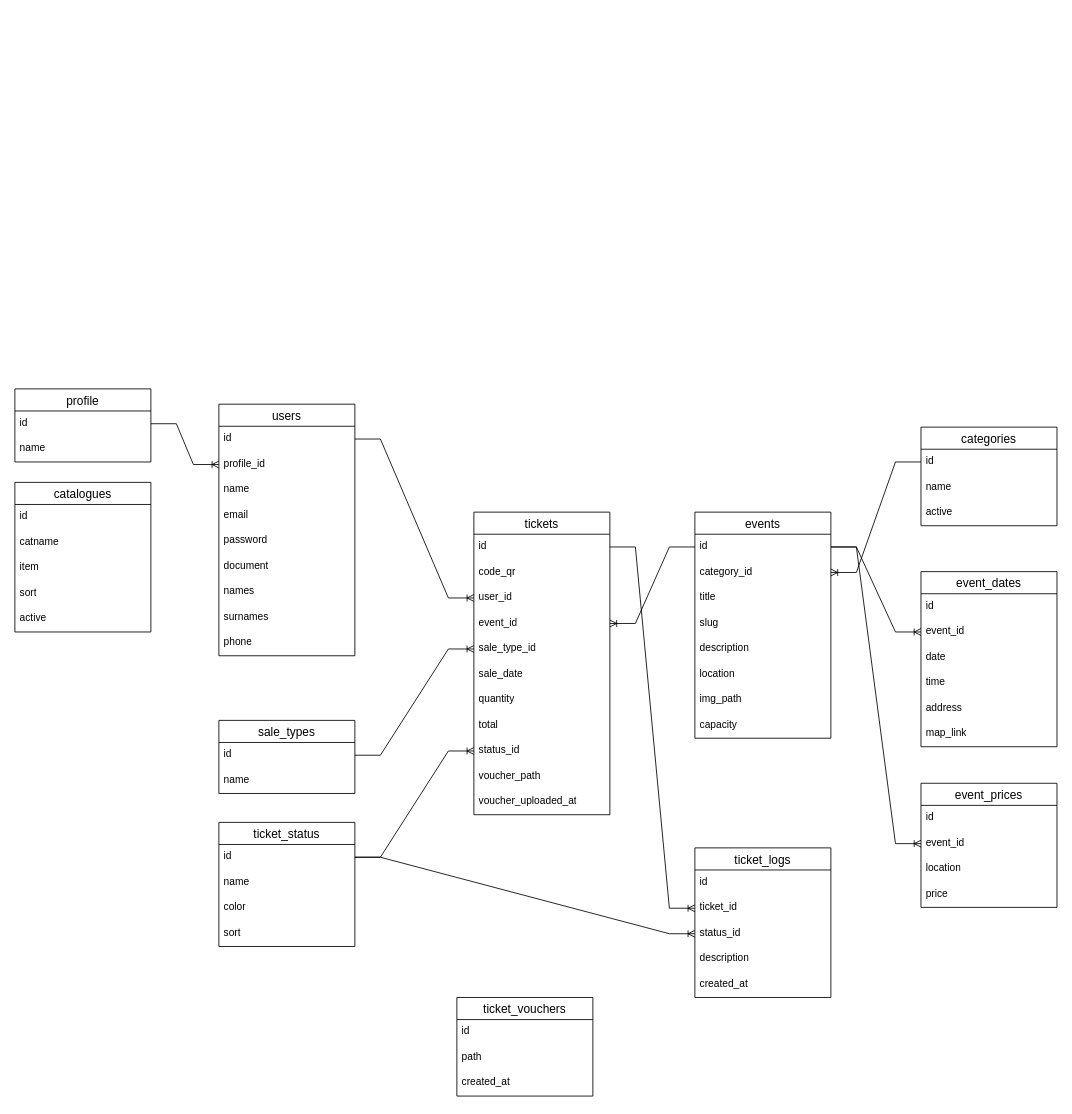
Earlier version of the draw.io diagram tickets.drawio (programwoft/test-repo). Source tidied: cells renumbered, new cells numbered last; positions are measured from the earlier drawing's top-left corner, leaving out a move shared by most shapes. Both pictures are drawn from the tidied source at 85%, with x=0, y=0 at pixel (14, 388).
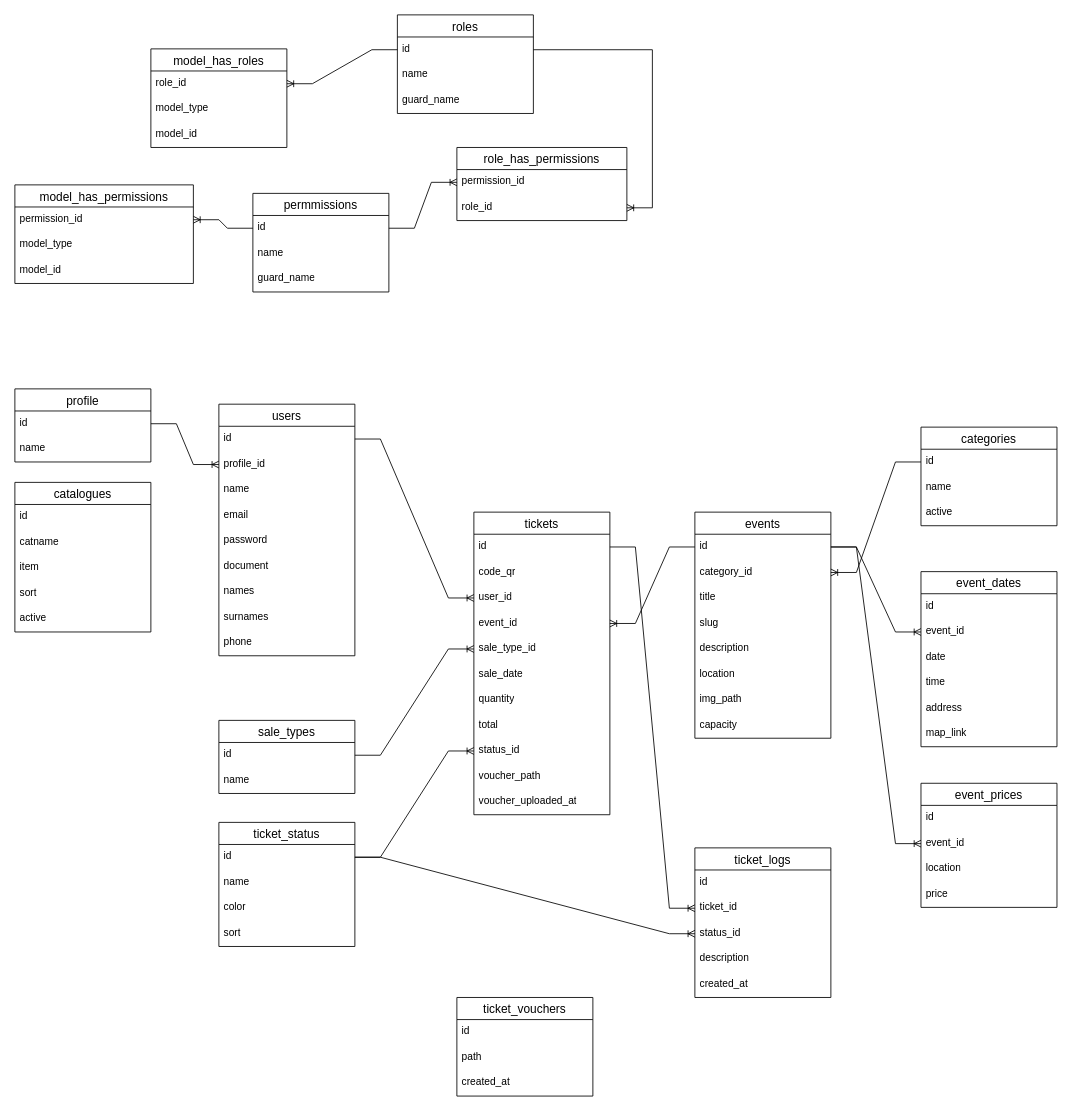
The same page after the edit.

Commit message:
agregado roles y permisos

The edit, as a diff of the source:
```diff
@@
+    <mxCell id="86" value="roles" style="swimlane;fontStyle=0;horizontal=1;startSize=26;align=center;fontSize=14;" parent="1" vertex="1">
+      <mxGeometry x="450" y="-440" width="160" height="116" as="geometry" />
+    </mxCell>
+    <mxCell id="87" value="id" style="text;strokeColor=none;fillColor=none;spacingLeft=4;spacingRight=4;overflow=hidden;points=[[0,0.5],[1,0.5]];portConstraint=eastwest;fontSize=12;whiteSpace=wrap;html=1;" parent="86" vertex="1">
+      <mxGeometry y="26" width="160" height="30" as="geometry" />
+    </mxCell>
+    <mxCell id="88" value="name" style="text;strokeColor=none;fillColor=none;spacingLeft=4;spacingRight=4;overflow=hidden;fontSize=12;whiteSpace=wrap;html=1;" parent="86" vertex="1">
+      <mxGeometry y="56" width="160" height="30" as="geometry" />
+    </mxCell>
+    <mxCell id="89" value="guard_name" style="text;strokeColor=none;fillColor=none;spacingLeft=4;spacingRight=4;overflow=hidden;fontSize=12;whiteSpace=wrap;html=1;" parent="86" vertex="1">
+      <mxGeometry y="86" width="160" height="30" as="geometry" />
+    </mxCell>
+    <mxCell id="90" value="role_has_permissions" style="swimlane;fontStyle=0;horizontal=1;startSize=26;align=center;fontSize=14;" parent="1" vertex="1">
+      <mxGeometry x="520" y="-284" width="200" height="86" as="geometry" />
+    </mxCell>
+    <mxCell id="91" value="permission_id" style="text;strokeColor=none;fillColor=none;spacingLeft=4;spacingRight=4;overflow=hidden;points=[[0,0.5],[1,0.5]];portConstraint=eastwest;fontSize=12;whiteSpace=wrap;html=1;" parent="90" vertex="1">
+      <mxGeometry y="26" width="200" height="30" as="geometry" />
+    </mxCell>
+    <mxCell id="92" value="role_id" style="text;strokeColor=none;fillColor=none;spacingLeft=4;spacingRight=4;overflow=hidden;points=[[0,0.5],[1,0.5]];portConstraint=eastwest;fontSize=12;whiteSpace=wrap;html=1;" parent="90" vertex="1">
+      <mxGeometry y="56" width="200" height="30" as="geometry" />
+    </mxCell>
+    <mxCell id="93" value="model_has_roles" style="swimlane;fontStyle=0;horizontal=1;startSize=26;align=center;fontSize=14;" parent="1" vertex="1">
+      <mxGeometry x="160" y="-400" width="160" height="116" as="geometry" />
+    </mxCell>
+    <mxCell id="94" value="role_id" style="text;strokeColor=none;fillColor=none;spacingLeft=4;spacingRight=4;overflow=hidden;points=[[0,0.5],[1,0.5]];portConstraint=eastwest;fontSize=12;whiteSpace=wrap;html=1;" parent="93" vertex="1">
+      <mxGeometry y="26" width="160" height="30" as="geometry" />
+    </mxCell>
+    <mxCell id="95" value="model_type" style="text;strokeColor=none;fillColor=none;spacingLeft=4;spacingRight=4;overflow=hidden;fontSize=12;whiteSpace=wrap;html=1;" parent="93" vertex="1">
+      <mxGeometry y="56" width="160" height="30" as="geometry" />
+    </mxCell>
+    <mxCell id="96" value="model_id" style="text;strokeColor=none;fillColor=none;spacingLeft=4;spacingRight=4;overflow=hidden;fontSize=12;whiteSpace=wrap;html=1;" parent="93" vertex="1">
+      <mxGeometry y="86" width="160" height="30" as="geometry" />
+    </mxCell>
+    <mxCell id="97" value="permmissions" style="swimlane;fontStyle=0;horizontal=1;startSize=26;align=center;fontSize=14;" parent="1" vertex="1">
+      <mxGeometry x="280" y="-230" width="160" height="116" as="geometry" />
+    </mxCell>
+    <mxCell id="98" value="id" style="text;strokeColor=none;fillColor=none;spacingLeft=4;spacingRight=4;overflow=hidden;points=[[0,0.5],[1,0.5]];portConstraint=eastwest;fontSize=12;whiteSpace=wrap;html=1;" parent="97" vertex="1">
+      <mxGeometry y="26" width="160" height="30" as="geometry" />
+    </mxCell>
+    <mxCell id="99" value="name" style="text;strokeColor=none;fillColor=none;spacingLeft=4;spacingRight=4;overflow=hidden;fontSize=12;whiteSpace=wrap;html=1;" parent="97" vertex="1">
+      <mxGeometry y="56" width="160" height="30" as="geometry" />
+    </mxCell>
+    <mxCell id="100" value="guard_name" style="text;strokeColor=none;fillColor=none;spacingLeft=4;spacingRight=4;overflow=hidden;fontSize=12;whiteSpace=wrap;html=1;" parent="97" vertex="1">
+      <mxGeometry y="86" width="160" height="30" as="geometry" />
+    </mxCell>
+    <mxCell id="101" value="model_has_permissions" style="swimlane;fontStyle=0;horizontal=1;startSize=26;align=center;fontSize=14;" parent="1" vertex="1">
+      <mxGeometry y="-240" width="210" height="116" as="geometry" />
+    </mxCell>
+    <mxCell id="102" value="permission_id" style="text;strokeColor=none;fillColor=none;spacingLeft=4;spacingRight=4;overflow=hidden;points=[[0,0.5],[1,0.5]];portConstraint=eastwest;fontSize=12;whiteSpace=wrap;html=1;" parent="101" vertex="1">
+      <mxGeometry y="26" width="210" height="30" as="geometry" />
+    </mxCell>
+    <mxCell id="103" value="model_type" style="text;strokeColor=none;fillColor=none;spacingLeft=4;spacingRight=4;overflow=hidden;fontSize=12;whiteSpace=wrap;html=1;" parent="101" vertex="1">
+      <mxGeometry y="56" width="210" height="30" as="geometry" />
+    </mxCell>
+    <mxCell id="104" value="model_id" style="text;strokeColor=none;fillColor=none;spacingLeft=4;spacingRight=4;overflow=hidden;fontSize=12;whiteSpace=wrap;html=1;" parent="101" vertex="1">
+      <mxGeometry y="86" width="210" height="30" as="geometry" />
+    </mxCell>
+    <mxCell id="105" style="edgeStyle=entityRelationEdgeStyle;fontSize=12;html=1;endArrow=ERoneToMany;rounded=0;" parent="1" edge="1" source="87" target="92">
+      <mxGeometry relative="1" as="geometry" />
+    </mxCell>
+    <mxCell id="106" style="edgeStyle=entityRelationEdgeStyle;fontSize=12;html=1;endArrow=ERoneToMany;rounded=0;" parent="1" edge="1" source="98" target="91">
+      <mxGeometry relative="1" as="geometry" />
+    </mxCell>
+    <mxCell id="107" style="edgeStyle=entityRelationEdgeStyle;fontSize=12;html=1;endArrow=ERoneToMany;rounded=0;" parent="1" edge="1" source="98" target="102">
+      <mxGeometry relative="1" as="geometry" />
+    </mxCell>
+    <mxCell id="108" style="edgeStyle=entityRelationEdgeStyle;fontSize=12;html=1;endArrow=ERoneToMany;rounded=0;" parent="1" edge="1" source="87" target="94">
+      <mxGeometry relative="1" as="geometry" />
+    </mxCell>
```
